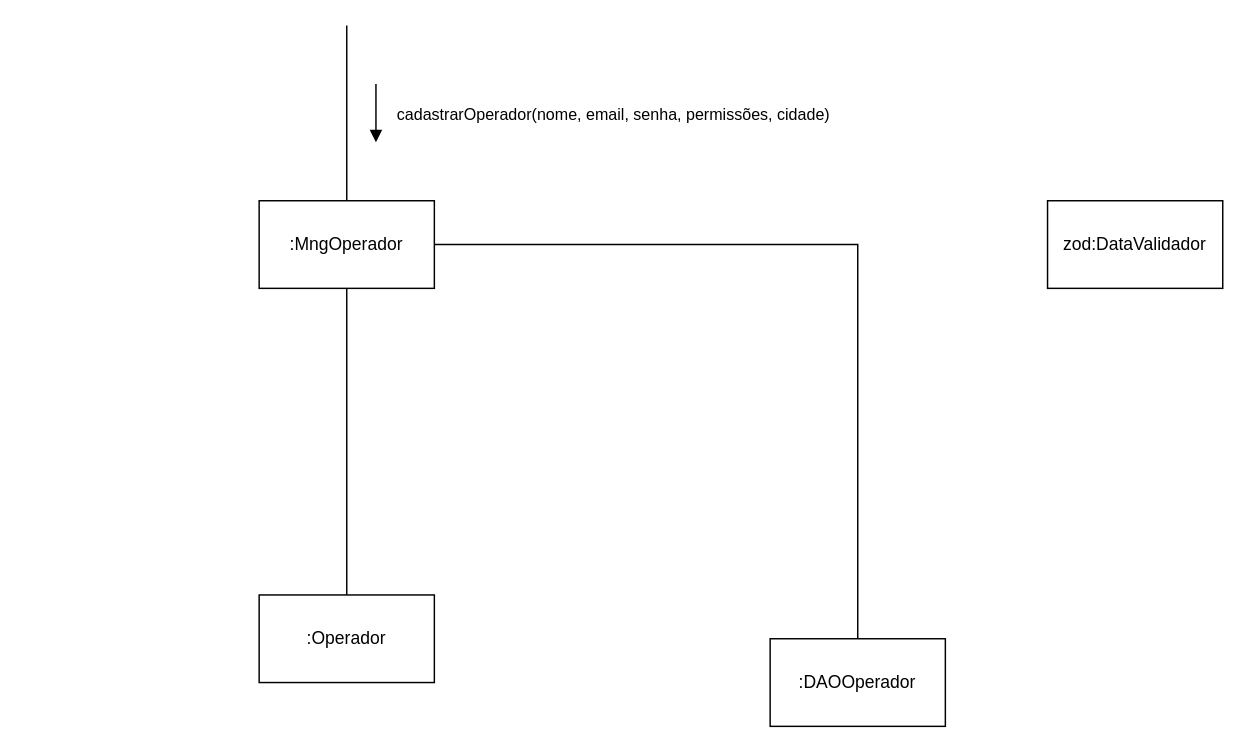
This is page "Criar Operador" (1 of 3) of diagram de comunicação.drawio from LuizGustavoNascimeto/draw.io, a draw.io file, before an edit. Source tidied: cells renumbered, new cells numbered last; positions are measured from the earlier drawing's top-left corner, leaving out a move shared by most shapes. Both pictures are drawn from the tidied source at 146%, with x=0, y=0 at pixel (258, 25).
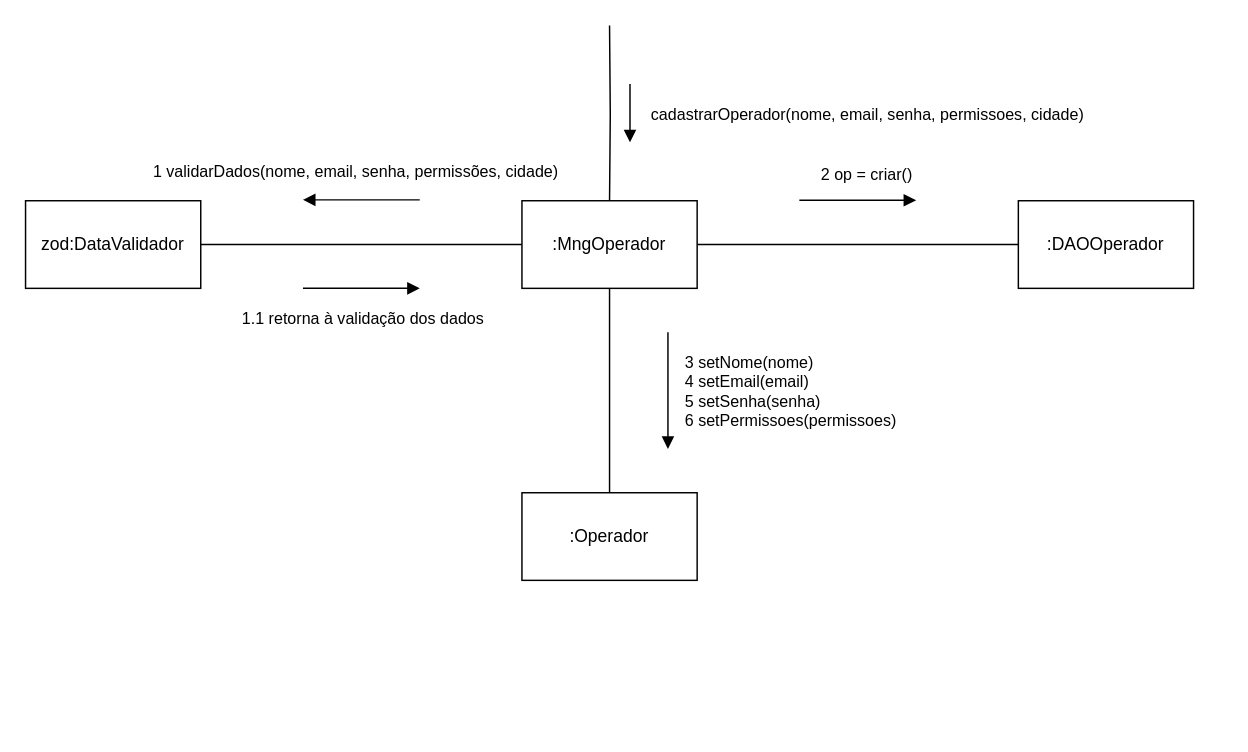
Above is the later version.

Change to the diagram source:
```diff
@@
-    <mxCell id="2" style="edgeStyle=orthogonalEdgeStyle;shape=connector;rounded=0;jettySize=auto;html=1;strokeColor=default;align=center;verticalAlign=middle;fontFamily=Helvetica;fontSize=11;fontColor=default;labelBackgroundColor=default;endArrow=none;" parent="1" edge="1" target="7">
-      <mxGeometry relative="1" as="geometry">
-        <mxPoint x="60" as="sourcePoint" />
-        <Array as="points">
-          <mxPoint x="60" y="10" />
-          <mxPoint x="60" y="10" />
-        </Array>
-      </mxGeometry>
-    </mxCell>
     <mxCell id="3" value=":DAOOperador" style="rounded=0;whiteSpace=wrap;html=1;" parent="1" vertex="1">
-      <mxGeometry x="350" y="420" width="120" height="60" as="geometry" />
+      <mxGeometry x="520" y="120" width="120" height="60" as="geometry" />
     </mxCell>
@@
     <mxCell id="5" value=":Operador" style="rounded=0;whiteSpace=wrap;html=1;" parent="1" vertex="1">
-      <mxGeometry y="390" width="120" height="60" as="geometry" />
+      <mxGeometry x="180" y="320" width="120" height="60" as="geometry" />
     </mxCell>
@@
+    <mxCell id="11" style="edgeStyle=orthogonalEdgeStyle;shape=connector;rounded=0;jettySize=auto;html=1;strokeColor=default;align=center;verticalAlign=middle;fontFamily=Helvetica;fontSize=11;fontColor=default;labelBackgroundColor=default;endArrow=none;" parent="1" edge="1" source="10" target="7">
+      <mxGeometry relative="1" as="geometry" />
+    </mxCell>
+    <mxCell id="10" value="&lt;div&gt;zod:DataValidador&lt;/div&gt;" style="rounded=0;whiteSpace=wrap;html=1;" parent="1" vertex="1">
+      <mxGeometry x="-160" y="120" width="120" height="60" as="geometry" />
+    </mxCell>
+    <mxCell id="12" style="group;" parent="1" vertex="1">
+      <mxGeometry x="180" width="120" height="180" as="geometry" />
+    </mxCell>
+    <mxCell id="2" style="edgeStyle=orthogonalEdgeStyle;shape=connector;rounded=0;jettySize=auto;html=1;strokeColor=default;align=center;verticalAlign=middle;fontFamily=Helvetica;fontSize=11;fontColor=default;labelBackgroundColor=default;endArrow=none;" parent="12" edge="1" target="7">
+      <mxGeometry relative="1" as="geometry">
+        <mxPoint x="60" as="sourcePoint" />
+      </mxGeometry>
+    </mxCell>
-    <mxCell id="7" value="&lt;div&gt;:MngOperador&lt;/div&gt;" style="rounded=0;whiteSpace=wrap;html=1;" parent="1" vertex="1">
+    <mxCell id="7" value="&lt;div&gt;:MngOperador&lt;/div&gt;" style="rounded=0;whiteSpace=wrap;html=1;" parent="12" vertex="1">
       <mxGeometry y="120" width="120" height="60" as="geometry" />
     </mxCell>
-    <mxCell id="8" style="endArrow=block;html=1;rounded=0;strokeColor=default;align=center;verticalAlign=middle;fontFamily=Helvetica;fontSize=11;fontColor=default;labelBackgroundColor=default;" parent="1" edge="1">
+    <mxCell id="8" style="endArrow=block;html=1;rounded=0;strokeColor=default;align=center;verticalAlign=middle;fontFamily=Helvetica;fontSize=11;fontColor=default;labelBackgroundColor=default;" parent="12" edge="1">
       <mxGeometry relative="1" as="geometry">
-        <mxPoint x="80" y="40" as="sourcePoint" />
-        <mxPoint x="80" y="80" as="targetPoint" />
+        <mxPoint x="74" y="40" as="sourcePoint" />
+        <mxPoint x="74" y="80" as="targetPoint" />
       </mxGeometry>
     </mxCell>
-    <mxCell id="9" value="&amp;nbsp;cadastrarOperador(nome, email, senha, permissões, cidade)" style="edgeLabel;html=1;align=center;verticalAlign=middle;fontFamily=Helvetica;fontSize=11;fontColor=default;labelBackgroundColor=default;" parent="8" vertex="1">
+    <mxCell id="9" value="&amp;nbsp;cadastrarOperador(nome, email, senha, permissoes, cidade)" style="edgeLabel;html=1;align=center;verticalAlign=middle;fontFamily=Helvetica;fontSize=11;fontColor=default;labelBackgroundColor=default;" parent="8" vertex="1">
       <mxGeometry x="-0.28" y="-1" relative="1" as="geometry">
         <mxPoint x="161" y="6" as="offset" />
       </mxGeometry>
     </mxCell>
-    <mxCell id="10" value="&lt;div&gt;zod:DataValidador&lt;/div&gt;" style="rounded=0;whiteSpace=wrap;html=1;" parent="1" vertex="1">
-      <mxGeometry x="540" y="120" width="120" height="60" as="geometry" />
-    </mxCell>
+    <mxCell id="13" style="endArrow=block;html=1;rounded=0;strokeColor=default;align=center;verticalAlign=middle;fontFamily=Helvetica;fontSize=11;fontColor=default;labelBackgroundColor=default;" parent="1" edge="1">
+      <mxGeometry relative="1" as="geometry">
+        <mxPoint x="30" y="180" as="sourcePoint" />
+        <mxPoint x="110" y="180" as="targetPoint" />
+      </mxGeometry>
+    </mxCell>
+    <mxCell id="14" value="1.1 retorna à validação dos dados" style="edgeLabel;html=1;align=center;verticalAlign=middle;fontFamily=Helvetica;fontSize=11;fontColor=default;labelBackgroundColor=default;" parent="13" vertex="1">
+      <mxGeometry x="-0.28" y="-1" relative="1" as="geometry">
+        <mxPoint x="11" y="19" as="offset" />
+      </mxGeometry>
+    </mxCell>
+    <mxCell id="15" style="endArrow=block;html=1;rounded=0;strokeColor=default;align=center;verticalAlign=middle;fontFamily=Helvetica;fontSize=11;fontColor=default;labelBackgroundColor=default;" parent="1" edge="1">
+      <mxGeometry relative="1" as="geometry">
+        <mxPoint x="110" y="119.4" as="sourcePoint" />
+        <mxPoint x="30" y="119.4" as="targetPoint" />
+      </mxGeometry>
+    </mxCell>
+    <mxCell id="16" value="1 validarDados(nome, email, senha, permissões, cidade)" style="edgeLabel;html=1;align=center;verticalAlign=middle;fontFamily=Helvetica;fontSize=11;fontColor=default;labelBackgroundColor=default;" parent="15" vertex="1">
+      <mxGeometry x="-0.28" y="-1" relative="1" as="geometry">
+        <mxPoint x="-16" y="-19" as="offset" />
+      </mxGeometry>
+    </mxCell>
+    <mxCell id="17" style="endArrow=block;html=1;rounded=0;strokeColor=default;align=center;verticalAlign=middle;fontFamily=Helvetica;fontSize=11;fontColor=default;labelBackgroundColor=default;" parent="1" edge="1">
+      <mxGeometry relative="1" as="geometry">
+        <mxPoint x="370" y="119.7" as="sourcePoint" />
+        <mxPoint x="450" y="119.7" as="targetPoint" />
+      </mxGeometry>
+    </mxCell>
+    <mxCell id="18" value="2 op = criar()" style="edgeLabel;html=1;align=center;verticalAlign=middle;fontFamily=Helvetica;fontSize=11;fontColor=default;labelBackgroundColor=default;rotation=0;" parent="17" vertex="1">
+      <mxGeometry x="-0.28" y="-1" relative="1" as="geometry">
+        <mxPoint x="16" y="-19" as="offset" />
+      </mxGeometry>
+    </mxCell>
+    <mxCell id="19" style="endArrow=block;html=1;rounded=0;strokeColor=default;align=center;verticalAlign=middle;fontFamily=Helvetica;fontSize=11;fontColor=default;labelBackgroundColor=default;" parent="1" edge="1">
+      <mxGeometry relative="1" as="geometry">
+        <mxPoint x="280" y="210" as="sourcePoint" />
+        <mxPoint x="280" y="290" as="targetPoint" />
+      </mxGeometry>
+    </mxCell>
+    <mxCell id="20" value="&lt;div align=&quot;justify&quot;&gt;3 &lt;span data-lucid-content=&quot;{&amp;quot;t&amp;quot;:&amp;quot;+ getNome(): String \n+ setNome(nome: String): void\n+ getEmail(): String \n+ setEmail(email: String): void\n+ getSenha(): String\n+ setSenha(senha: String): void\n+ getNivel(): String\n+ setNivel(nivel: String): void   &amp;quot;,&amp;quot;m&amp;quot;:[{&amp;quot;s&amp;quot;:0,&amp;quot;n&amp;quot;:&amp;quot;a&amp;quot;,&amp;quot;v&amp;quot;:&amp;quot;left&amp;quot;},{&amp;quot;s&amp;quot;:21,&amp;quot;n&amp;quot;:&amp;quot;a&amp;quot;,&amp;quot;v&amp;quot;:&amp;quot;left&amp;quot;},{&amp;quot;s&amp;quot;:51,&amp;quot;n&amp;quot;:&amp;quot;a&amp;quot;,&amp;quot;v&amp;quot;:&amp;quot;left&amp;quot;},{&amp;quot;s&amp;quot;:73,&amp;quot;n&amp;quot;:&amp;quot;a&amp;quot;,&amp;quot;v&amp;quot;:&amp;quot;left&amp;quot;},{&amp;quot;s&amp;quot;:105,&amp;quot;n&amp;quot;:&amp;quot;a&amp;quot;,&amp;quot;v&amp;quot;:&amp;quot;left&amp;quot;},{&amp;quot;s&amp;quot;:126,&amp;quot;n&amp;quot;:&amp;quot;a&amp;quot;,&amp;quot;v&amp;quot;:&amp;quot;left&amp;quot;},{&amp;quot;s&amp;quot;:158,&amp;quot;n&amp;quot;:&amp;quot;a&amp;quot;,&amp;quot;v&amp;quot;:&amp;quot;left&amp;quot;},{&amp;quot;s&amp;quot;:179,&amp;quot;n&amp;quot;:&amp;quot;a&amp;quot;,&amp;quot;v&amp;quot;:&amp;quot;left&amp;quot;}]}&quot;&gt;&lt;span&gt;setNome(nome)&lt;/span&gt;&lt;span&gt;&lt;/span&gt;&lt;span&gt;&lt;br&gt;&lt;/span&gt;&lt;/span&gt;&lt;/div&gt;&lt;div align=&quot;justify&quot;&gt;&lt;span data-lucid-content=&quot;{&amp;quot;t&amp;quot;:&amp;quot;+ getNome(): String \n+ setNome(nome: String): void\n+ getEmail(): String \n+ setEmail(email: String): void\n+ getSenha(): String\n+ setSenha(senha: String): void\n+ getNivel(): String\n+ setNivel(nivel: String): void   &amp;quot;,&amp;quot;m&amp;quot;:[{&amp;quot;s&amp;quot;:0,&amp;quot;n&amp;quot;:&amp;quot;a&amp;quot;,&amp;quot;v&amp;quot;:&amp;quot;left&amp;quot;},{&amp;quot;s&amp;quot;:21,&amp;quot;n&amp;quot;:&amp;quot;a&amp;quot;,&amp;quot;v&amp;quot;:&amp;quot;left&amp;quot;},{&amp;quot;s&amp;quot;:51,&amp;quot;n&amp;quot;:&amp;quot;a&amp;quot;,&amp;quot;v&amp;quot;:&amp;quot;left&amp;quot;},{&amp;quot;s&amp;quot;:73,&amp;quot;n&amp;quot;:&amp;quot;a&amp;quot;,&amp;quot;v&amp;quot;:&amp;quot;left&amp;quot;},{&amp;quot;s&amp;quot;:105,&amp;quot;n&amp;quot;:&amp;quot;a&amp;quot;,&amp;quot;v&amp;quot;:&amp;quot;left&amp;quot;},{&amp;quot;s&amp;quot;:126,&amp;quot;n&amp;quot;:&amp;quot;a&amp;quot;,&amp;quot;v&amp;quot;:&amp;quot;left&amp;quot;},{&amp;quot;s&amp;quot;:158,&amp;quot;n&amp;quot;:&amp;quot;a&amp;quot;,&amp;quot;v&amp;quot;:&amp;quot;left&amp;quot;},{&amp;quot;s&amp;quot;:179,&amp;quot;n&amp;quot;:&amp;quot;a&amp;quot;,&amp;quot;v&amp;quot;:&amp;quot;left&amp;quot;}]}&quot;&gt;&lt;span&gt;4 setEmail(email)&lt;/span&gt;&lt;span&gt;&lt;/span&gt;&lt;/span&gt;&lt;/div&gt;&lt;div align=&quot;justify&quot;&gt;&lt;span data-lucid-content=&quot;{&amp;quot;t&amp;quot;:&amp;quot;+ getNome(): String \n+ setNome(nome: String): void\n+ getEmail(): String \n+ setEmail(email: String): void\n+ getSenha(): String\n+ setSenha(senha: String): void\n+ getNivel(): String\n+ setNivel(nivel: String): void   &amp;quot;,&amp;quot;m&amp;quot;:[{&amp;quot;s&amp;quot;:0,&amp;quot;n&amp;quot;:&amp;quot;a&amp;quot;,&amp;quot;v&amp;quot;:&amp;quot;left&amp;quot;},{&amp;quot;s&amp;quot;:21,&amp;quot;n&amp;quot;:&amp;quot;a&amp;quot;,&amp;quot;v&amp;quot;:&amp;quot;left&amp;quot;},{&amp;quot;s&amp;quot;:51,&amp;quot;n&amp;quot;:&amp;quot;a&amp;quot;,&amp;quot;v&amp;quot;:&amp;quot;left&amp;quot;},{&amp;quot;s&amp;quot;:73,&amp;quot;n&amp;quot;:&amp;quot;a&amp;quot;,&amp;quot;v&amp;quot;:&amp;quot;left&amp;quot;},{&amp;quot;s&amp;quot;:105,&amp;quot;n&amp;quot;:&amp;quot;a&amp;quot;,&amp;quot;v&amp;quot;:&amp;quot;left&amp;quot;},{&amp;quot;s&amp;quot;:126,&amp;quot;n&amp;quot;:&amp;quot;a&amp;quot;,&amp;quot;v&amp;quot;:&amp;quot;left&amp;quot;},{&amp;quot;s&amp;quot;:158,&amp;quot;n&amp;quot;:&amp;quot;a&amp;quot;,&amp;quot;v&amp;quot;:&amp;quot;left&amp;quot;},{&amp;quot;s&amp;quot;:179,&amp;quot;n&amp;quot;:&amp;quot;a&amp;quot;,&amp;quot;v&amp;quot;:&amp;quot;left&amp;quot;}]}&quot;&gt;&lt;span&gt;&lt;/span&gt;&lt;/span&gt;&lt;/div&gt;&lt;div align=&quot;justify&quot;&gt;&lt;span data-lucid-content=&quot;{&amp;quot;t&amp;quot;:&amp;quot;+ getNome(): String \n+ setNome(nome: String): void\n+ getEmail(): String \n+ setEmail(email: String): void\n+ getSenha(): String\n+ setSenha(senha: String): void\n+ getNivel(): String\n+ setNivel(nivel: String): void   &amp;quot;,&amp;quot;m&amp;quot;:[{&amp;quot;s&amp;quot;:0,&amp;quot;n&amp;quot;:&amp;quot;a&amp;quot;,&amp;quot;v&amp;quot;:&amp;quot;left&amp;quot;},{&amp;quot;s&amp;quot;:21,&amp;quot;n&amp;quot;:&amp;quot;a&amp;quot;,&amp;quot;v&amp;quot;:&amp;quot;left&amp;quot;},{&amp;quot;s&amp;quot;:51,&amp;quot;n&amp;quot;:&amp;quot;a&amp;quot;,&amp;quot;v&amp;quot;:&amp;quot;left&amp;quot;},{&amp;quot;s&amp;quot;:73,&amp;quot;n&amp;quot;:&amp;quot;a&amp;quot;,&amp;quot;v&amp;quot;:&amp;quot;left&amp;quot;},{&amp;quot;s&amp;quot;:105,&amp;quot;n&amp;quot;:&amp;quot;a&amp;quot;,&amp;quot;v&amp;quot;:&amp;quot;left&amp;quot;},{&amp;quot;s&amp;quot;:126,&amp;quot;n&amp;quot;:&amp;quot;a&amp;quot;,&amp;quot;v&amp;quot;:&amp;quot;left&amp;quot;},{&amp;quot;s&amp;quot;:158,&amp;quot;n&amp;quot;:&amp;quot;a&amp;quot;,&amp;quot;v&amp;quot;:&amp;quot;left&amp;quot;},{&amp;quot;s&amp;quot;:179,&amp;quot;n&amp;quot;:&amp;quot;a&amp;quot;,&amp;quot;v&amp;quot;:&amp;quot;left&amp;quot;}]}&quot;&gt;&lt;span&gt;5 setSenha(senha)&lt;/span&gt;&lt;span&gt;&lt;/span&gt;&lt;/span&gt;&lt;br&gt;&lt;span data-lucid-content=&quot;{&amp;quot;t&amp;quot;:&amp;quot;+ getNome(): String \n+ setNome(nome: String): void\n+ getEmail(): String \n+ setEmail(email: String): void\n+ getSenha(): String\n+ setSenha(senha: String): void\n+ getNivel(): String\n+ setNivel(nivel: String): void   &amp;quot;,&amp;quot;m&amp;quot;:[{&amp;quot;s&amp;quot;:0,&amp;quot;n&amp;quot;:&amp;quot;a&amp;quot;,&amp;quot;v&amp;quot;:&amp;quot;left&amp;quot;},{&amp;quot;s&amp;quot;:21,&amp;quot;n&amp;quot;:&amp;quot;a&amp;quot;,&amp;quot;v&amp;quot;:&amp;quot;left&amp;quot;},{&amp;quot;s&amp;quot;:51,&amp;quot;n&amp;quot;:&amp;quot;a&amp;quot;,&amp;quot;v&amp;quot;:&amp;quot;left&amp;quot;},{&amp;quot;s&amp;quot;:73,&amp;quot;n&amp;quot;:&amp;quot;a&amp;quot;,&amp;quot;v&amp;quot;:&amp;quot;left&amp;quot;},{&amp;quot;s&amp;quot;:105,&amp;quot;n&amp;quot;:&amp;quot;a&amp;quot;,&amp;quot;v&amp;quot;:&amp;quot;left&amp;quot;},{&amp;quot;s&amp;quot;:126,&amp;quot;n&amp;quot;:&amp;quot;a&amp;quot;,&amp;quot;v&amp;quot;:&amp;quot;left&amp;quot;},{&amp;quot;s&amp;quot;:158,&amp;quot;n&amp;quot;:&amp;quot;a&amp;quot;,&amp;quot;v&amp;quot;:&amp;quot;left&amp;quot;},{&amp;quot;s&amp;quot;:179,&amp;quot;n&amp;quot;:&amp;quot;a&amp;quot;,&amp;quot;v&amp;quot;:&amp;quot;left&amp;quot;}]}&quot;&gt;&lt;span&gt;&lt;/span&gt;&lt;span&gt;6 setPermissoes(permissoes)   &lt;/span&gt;&lt;/span&gt;&lt;/div&gt;" style="edgeLabel;html=1;align=left;verticalAlign=middle;fontFamily=Helvetica;fontSize=11;fontColor=default;labelBackgroundColor=default;" parent="19" vertex="1">
+      <mxGeometry x="-0.42" y="-1" relative="1" as="geometry">
+        <mxPoint x="11" y="17" as="offset" />
+      </mxGeometry>
+    </mxCell>
```
